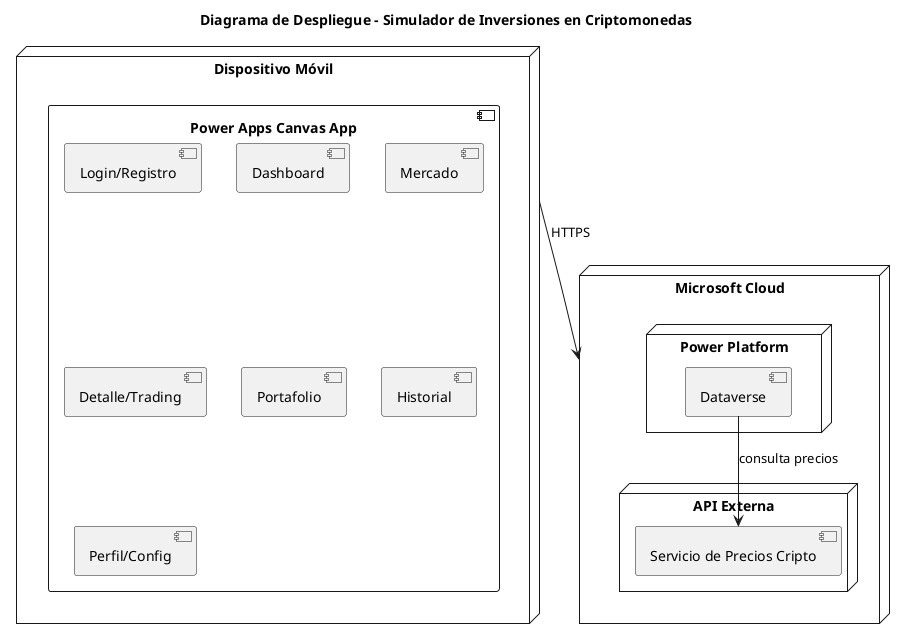
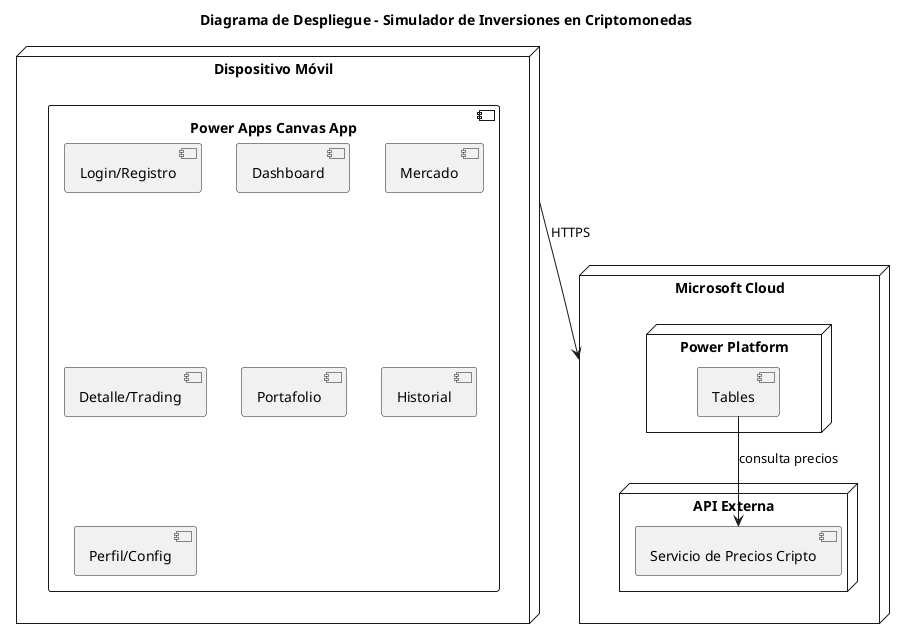
@startuml
title Diagrama de Despliegue - Simulador de Inversiones en Criptomonedas

node "Dispositivo Móvil" as movil {
  component "Power Apps Canvas App" as app {
    [Login/Registro]
    [Dashboard]
    [Mercado]
    [Detalle/Trading]
    [Portafolio]
    [Historial]
    [Perfil/Config]
  }
}

node "Microsoft Cloud" as cloud {
  node "Power Platform" as pp {
-     [Dataverse] as dv
+     [Tables] as dv
  }
  node "API Externa" as ext {
    [Servicio de Precios Cripto] as api
  }
}

movil --> cloud : HTTPS
dv --> api : consulta precios

@enduml
